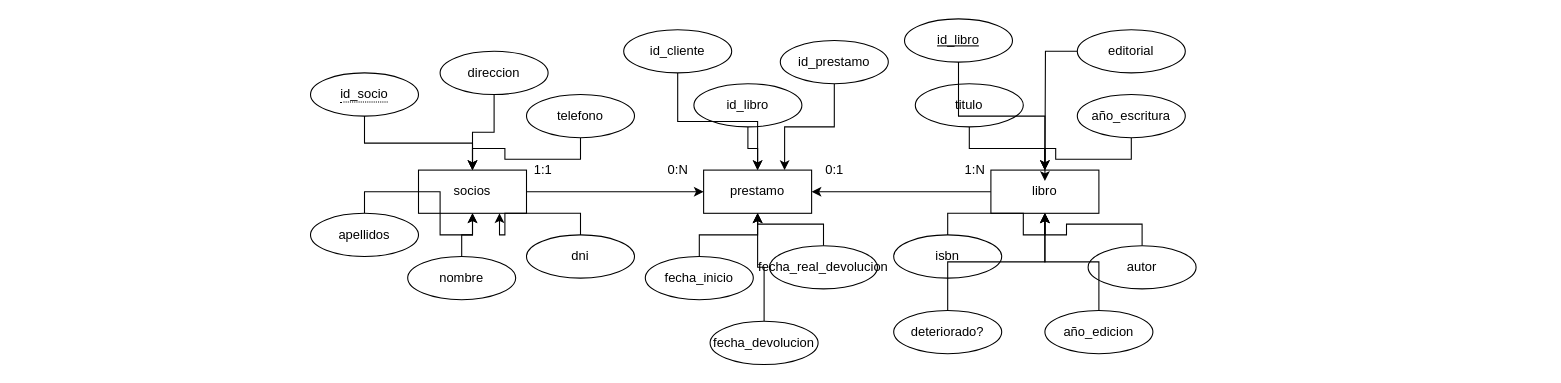
This is Reto 1.drawio from aramossanchez/Diagramas_ER, a draw.io file, before an edit. Source tidied: cells renumbered, new cells numbered last; positions are measured from the earlier drawing's top-left corner, leaving out a move shared by most shapes. Both pictures are drawn from the tidied source at 108%, with x=0, y=0 at pixel (310, 18).
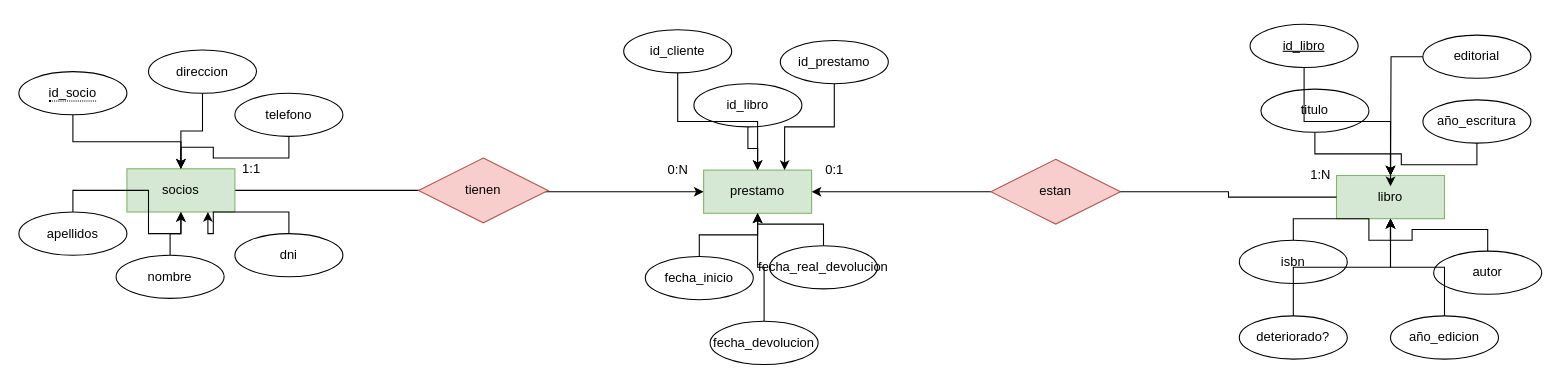
Above is the later version.

Commit message (it also covers changes not shown here):
subo reto 2

What changed in the source:
```diff
@@
-    <mxCell id="3" value="socios" style="whiteSpace=wrap;html=1;align=center;" parent="1" vertex="1">
-      <mxGeometry x="100" y="140" width="100" height="40" as="geometry" />
+    <mxCell id="3" value="socios" style="whiteSpace=wrap;html=1;align=center;fillColor=#d5e8d4;strokeColor=#82b366;" parent="1" vertex="1">
+      <mxGeometry x="-170" y="138.8" width="100" height="40" as="geometry" />
     </mxCell>
-    <mxCell id="4" style="edgeStyle=orthogonalEdgeStyle;rounded=0;jettySize=auto;html=1;" parent="1" edge="1" source="5" target="6">
+    <mxCell id="4" style="edgeStyle=orthogonalEdgeStyle;rounded=0;jettySize=auto;html=1;startArrow=none;" parent="1" edge="1" source="52" target="6">
       <mxGeometry relative="1" as="geometry" />
     </mxCell>
-    <mxCell id="5" value="libro" style="whiteSpace=wrap;html=1;align=center;" parent="1" vertex="1">
-      <mxGeometry x="630" y="140" width="100" height="40" as="geometry" />
+    <mxCell id="5" value="libro" style="whiteSpace=wrap;html=1;align=center;fillColor=#d5e8d4;strokeColor=#82b366;" parent="1" vertex="1">
+      <mxGeometry x="950" y="145" width="100" height="40" as="geometry" />
     </mxCell>
-    <mxCell id="6" value="prestamo" style="whiteSpace=wrap;html=1;align=center;" parent="1" vertex="1">
+    <mxCell id="6" value="prestamo" style="whiteSpace=wrap;html=1;align=center;fillColor=#d5e8d4;strokeColor=#82b366;" parent="1" vertex="1">
       <mxGeometry x="364" y="140" width="100" height="40" as="geometry" />
     </mxCell>
@@
     <mxCell id="8" value="1:1" style="text;html=1;align=center;verticalAlign=middle;fillColor=none;strokeColor=none;rounded=0;" parent="1" vertex="1">
-      <mxGeometry x="200" y="130" width="30" height="20" as="geometry" />
+      <mxGeometry x="-70" y="128.8" width="30" height="20" as="geometry" />
     </mxCell>
     <mxCell id="9" value="1:N" style="text;html=1;align=center;verticalAlign=middle;fillColor=none;strokeColor=none;rounded=0;" parent="1" vertex="1">
-      <mxGeometry x="600" y="130" width="30" height="20" as="geometry" />
+      <mxGeometry x="920" y="135" width="30" height="20" as="geometry" />
     </mxCell>
@@
     <mxCell id="12" value="&lt;span style=&quot;border-bottom: 1px dotted&quot;&gt;id_socio&lt;/span&gt;" style="ellipse;whiteSpace=wrap;html=1;align=center;" parent="1" vertex="1">
-      <mxGeometry y="50" width="100" height="40" as="geometry" />
+      <mxGeometry x="-270" y="48.8" width="100" height="40" as="geometry" />
     </mxCell>
@@
     <mxCell id="14" value="dni" style="ellipse;whiteSpace=wrap;html=1;align=center;" parent="1" vertex="1">
-      <mxGeometry x="200" y="200" width="100" height="40" as="geometry" />
+      <mxGeometry x="-70" y="198.8" width="100" height="40" as="geometry" />
     </mxCell>
@@
     <mxCell id="16" value="direccion" style="ellipse;whiteSpace=wrap;html=1;align=center;" parent="1" vertex="1">
-      <mxGeometry x="120" y="30" width="100" height="40" as="geometry" />
+      <mxGeometry x="-150" y="28.8" width="100" height="40" as="geometry" />
     </mxCell>
@@
     <mxCell id="18" value="telefono" style="ellipse;whiteSpace=wrap;html=1;align=center;" parent="1" vertex="1">
-      <mxGeometry x="200" y="70" width="100" height="40" as="geometry" />
+      <mxGeometry x="-70" y="68.8" width="100" height="40" as="geometry" />
     </mxCell>
@@
     <mxCell id="20" value="nombre" style="ellipse;whiteSpace=wrap;html=1;align=center;" parent="1" vertex="1">
-      <mxGeometry x="90" y="220" width="100" height="40" as="geometry" />
+      <mxGeometry x="-180" y="218.8" width="100" height="40" as="geometry" />
     </mxCell>
@@
     <mxCell id="22" value="apellidos" style="ellipse;whiteSpace=wrap;html=1;align=center;" parent="1" vertex="1">
-      <mxGeometry y="180" width="100" height="40" as="geometry" />
+      <mxGeometry x="-270" y="178.8" width="100" height="40" as="geometry" />
     </mxCell>
@@
     <mxCell id="25" value="titulo" style="ellipse;whiteSpace=wrap;html=1;align=center;" parent="1" vertex="1">
-      <mxGeometry x="560" y="60" width="100" height="40" as="geometry" />
+      <mxGeometry x="880" y="65" width="100" height="40" as="geometry" />
     </mxCell>
     <mxCell id="26" style="edgeStyle=orthogonalEdgeStyle;rounded=0;jettySize=auto;html=1;" parent="1" edge="1" source="27">
       <mxGeometry relative="1" as="geometry">
-        <mxPoint x="680" y="150" as="targetPoint" />
+        <mxPoint x="1000" y="155" as="targetPoint" />
       </mxGeometry>
     </mxCell>
     <mxCell id="27" value="editorial" style="ellipse;whiteSpace=wrap;html=1;align=center;" parent="1" vertex="1">
-      <mxGeometry x="710" y="10" width="100" height="40" as="geometry" />
+      <mxGeometry x="1030" y="15" width="100" height="40" as="geometry" />
     </mxCell>
@@
     <mxCell id="29" value="año_escritura" style="ellipse;whiteSpace=wrap;html=1;align=center;" parent="1" vertex="1">
-      <mxGeometry x="710" y="70" width="100" height="40" as="geometry" />
+      <mxGeometry x="1030" y="75" width="100" height="40" as="geometry" />
     </mxCell>
@@
     <mxCell id="31" value="autor" style="ellipse;whiteSpace=wrap;html=1;align=center;" parent="1" vertex="1">
-      <mxGeometry x="720" y="210" width="100" height="40" as="geometry" />
+      <mxGeometry x="1040" y="215" width="100" height="40" as="geometry" />
     </mxCell>
@@
     <mxCell id="33" value="año_edicion" style="ellipse;whiteSpace=wrap;html=1;align=center;" parent="1" vertex="1">
-      <mxGeometry x="680" y="270" width="100" height="40" as="geometry" />
+      <mxGeometry x="1000" y="275" width="100" height="40" as="geometry" />
     </mxCell>
@@
     <mxCell id="35" value="isbn" style="ellipse;whiteSpace=wrap;html=1;align=center;" parent="1" vertex="1">
-      <mxGeometry x="540" y="200" width="100" height="40" as="geometry" />
+      <mxGeometry x="860" y="205" width="100" height="40" as="geometry" />
     </mxCell>
@@
     <mxCell id="37" value="&lt;u&gt;id_libro&lt;/u&gt;" style="ellipse;whiteSpace=wrap;html=1;align=center;" parent="1" vertex="1">
-      <mxGeometry x="550" width="100" height="40" as="geometry" />
+      <mxGeometry x="870" y="5" width="100" height="40" as="geometry" />
     </mxCell>
@@
     <mxCell id="39" value="deteriorado?" style="ellipse;whiteSpace=wrap;html=1;align=center;" parent="1" vertex="1">
-      <mxGeometry x="540" y="270" width="100" height="40" as="geometry" />
+      <mxGeometry x="860" y="275" width="100" height="40" as="geometry" />
     </mxCell>
@@
+    <mxCell id="52" value="estan" style="shape=rhombus;perimeter=rhombusPerimeter;whiteSpace=wrap;html=1;align=center;fillColor=#f8cecc;strokeColor=#b85450;" parent="1" vertex="1">
+      <mxGeometry x="630" y="130" width="120" height="60" as="geometry" />
+    </mxCell>
+    <mxCell id="53" style="edgeStyle=orthogonalEdgeStyle;rounded=0;jettySize=auto;html=1;endArrow=none;" parent="1" edge="1" source="5" target="52">
+      <mxGeometry relative="1" as="geometry" />
+    </mxCell>
+    <mxCell id="54" value="tienen" style="shape=rhombus;perimeter=rhombusPerimeter;whiteSpace=wrap;html=1;align=center;fillColor=#f8cecc;strokeColor=#b85450;" parent="1" vertex="1">
+      <mxGeometry x="100" y="128.8" width="120" height="60" as="geometry" />
+    </mxCell>
```
